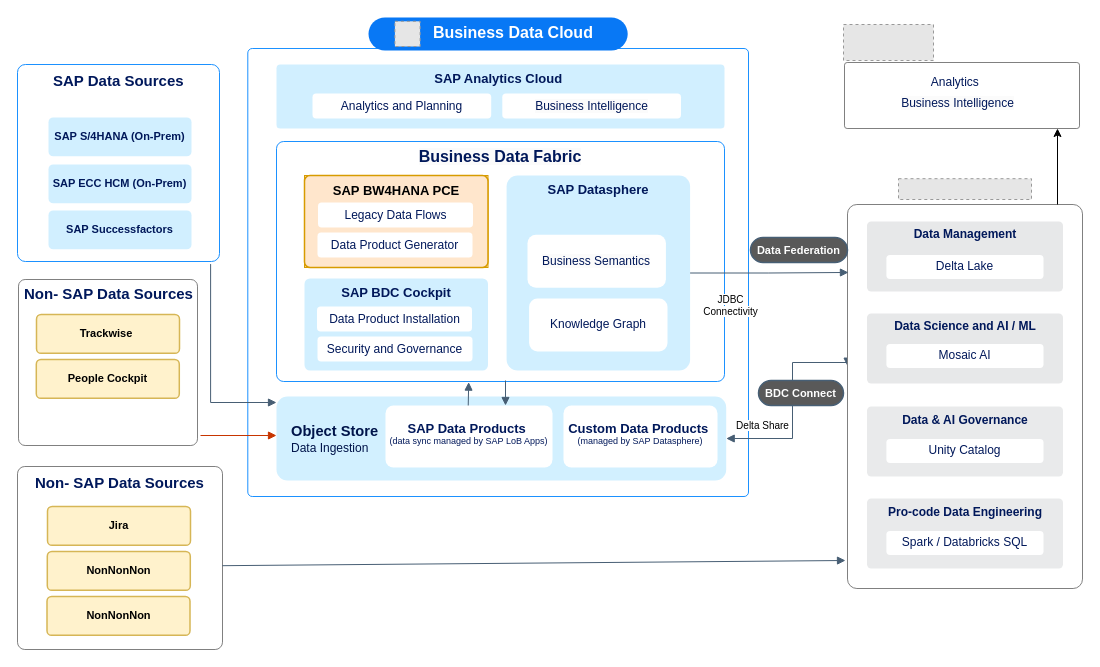
This is Ypsomed_BDC.drawio from andremaron/SAP_public, a draw.io file, before an edit. Source tidied: cells renumbered, new cells numbered last; positions are measured from the earlier drawing's top-left corner, leaving out a move shared by most shapes. Both pictures are drawn from the tidied source at 100%, with x=0, y=0 at pixel (17, 17). Pictures stored in the file or linked from it are replaced by grey dashed boxes.
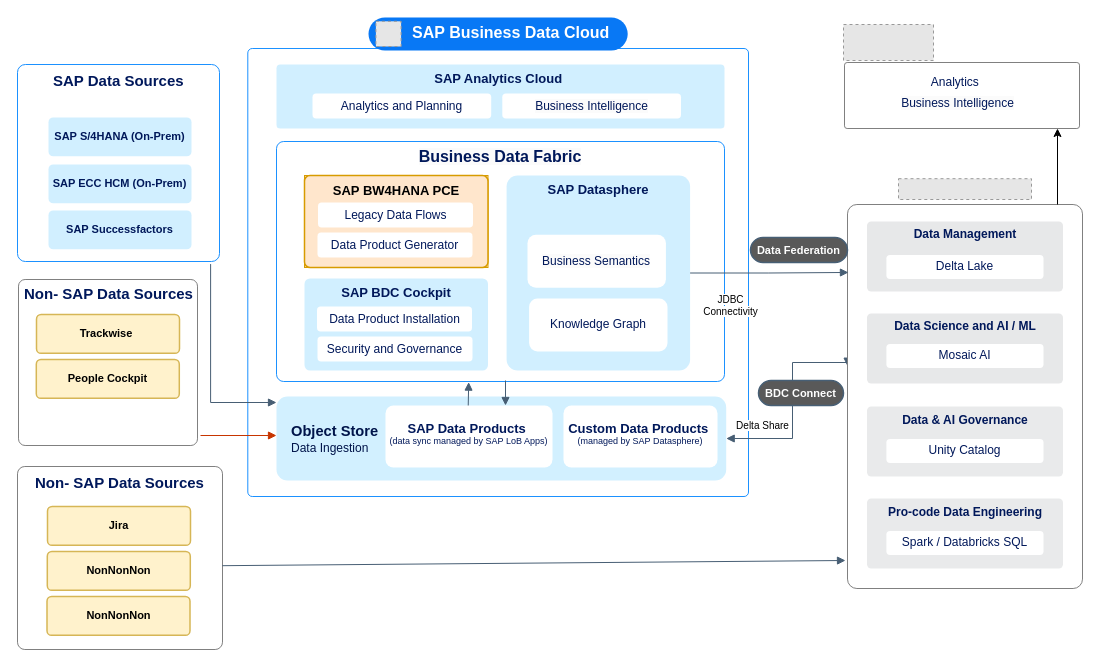
The same page after the edit.

Unchanged cells that the change refers to:
```xml
<mxCell id="26" style="group;" parent="1" vertex="1">
  <mxGeometry x="351" width="259.2" height="33" as="geometry" />
</mxCell>
```

The edit, as a diff of the source:
```diff
@@
-    <mxCell id="27" value="&lt;p style=&quot;margin-top: 0pt; margin-bottom: 0pt; margin-left: 0in; direction: ltr; unicode-bidi: embed; word-break: normal; font-size: 13px;&quot;&gt;&lt;/p&gt;&lt;div style=&quot;line-height: 150%; font-size: 13px;&quot;&gt;&lt;b style=&quot;font-family: Helvetica; font-size: 15px; text-align: left;&quot;&gt;&lt;font style=&quot;font-size: 16px;&quot;&gt;&amp;nbsp; &amp;nbsp; Business Data Cloud&lt;/font&gt;&lt;/b&gt;&lt;br style=&quot;font-size: 13px;&quot;&gt;&lt;/div&gt;&lt;p style=&quot;font-size: 13px;&quot;&gt;&lt;/p&gt;" style="rounded=1;whiteSpace=wrap;html=1;strokeColor=none;strokeWidth=1.5;fillColor=light-dark(#0878f5, #0d3c56);align=center;verticalAlign=middle;fontStyle=1;fontSize=13;fontFamily=Arial;fontColor=#FFFFFF;spacing=0;spacingTop=11;arcSize=50;flipV=0;flipH=0;gradientColor=none;spacingLeft=13;" parent="26" vertex="1">
+    <mxCell id="27" value="&lt;p style=&quot;margin-top: 0pt; margin-bottom: 0pt; margin-left: 0in; direction: ltr; unicode-bidi: embed; word-break: normal; font-size: 13px;&quot;&gt;&lt;/p&gt;&lt;div style=&quot;line-height: 150%; font-size: 13px;&quot;&gt;&lt;b style=&quot;font-family: Helvetica; font-size: 15px; text-align: left;&quot;&gt;&lt;font style=&quot;font-size: 16px;&quot;&gt;&amp;nbsp; &amp;nbsp;SAP Business Data Cloud&lt;/font&gt;&lt;/b&gt;&lt;br style=&quot;font-size: 13px;&quot;&gt;&lt;/div&gt;&lt;p style=&quot;font-size: 13px;&quot;&gt;&lt;/p&gt;" style="rounded=1;whiteSpace=wrap;html=1;strokeColor=none;strokeWidth=1.5;fillColor=light-dark(#0878f5, #0d3c56);align=center;verticalAlign=middle;fontStyle=1;fontSize=13;fontFamily=Arial;fontColor=#FFFFFF;spacing=0;spacingTop=11;arcSize=50;flipV=0;flipH=0;gradientColor=none;spacingLeft=13;" parent="26" vertex="1">
       <mxGeometry width="259.2" height="33" as="geometry" />
     </mxCell>
     <mxCell id="28" style="fillColor=#E6E6E6;strokeColor=#999999;dashed=1;verticalLabelPosition=bottom;labelBackgroundColor=default;verticalAlign=top;" parent="26" vertex="1">
-      <mxGeometry x="26.4" y="3.8" width="25.2" height="25.2" as="geometry" />
+      <mxGeometry x="7.4" y="3.8" width="25.2" height="25.2" as="geometry" />
     </mxCell>
```
